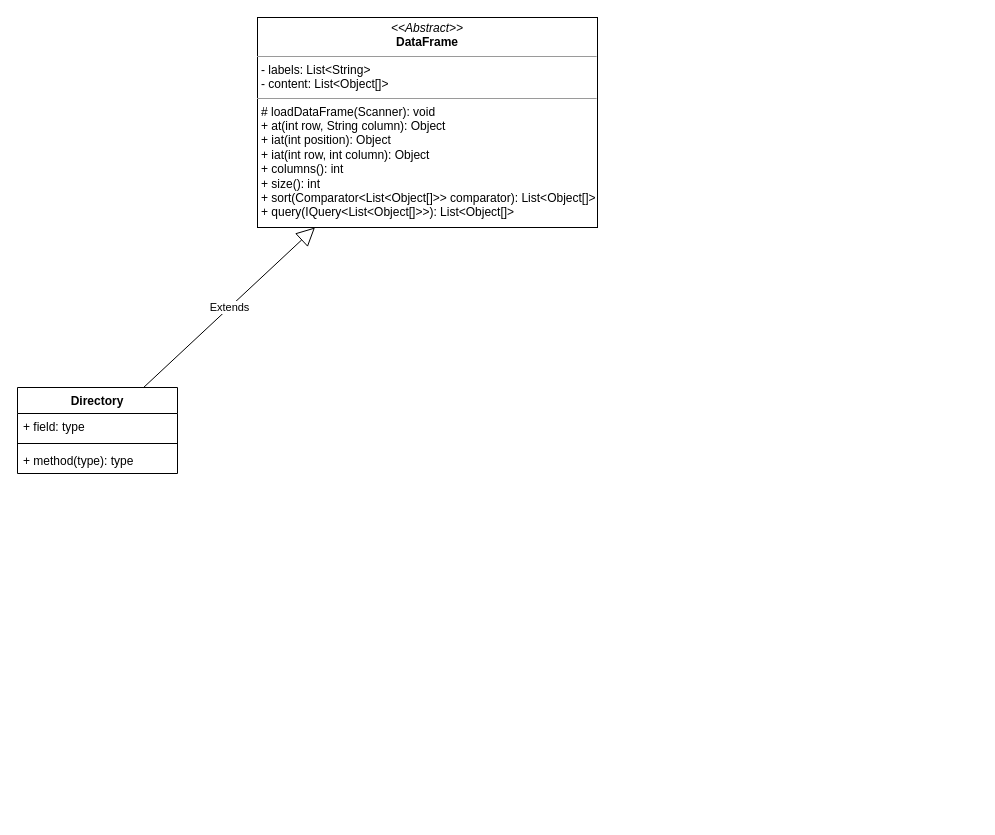
Above: docs/uml/composite.drawio in sorribes22/TAP_DesignPatterns (draw.io), before the change. Source tidied: cells renumbered, new cells numbered last; positions are measured from the earlier drawing's top-left corner, leaving out a move shared by most shapes. Both pictures are drawn from the tidied source at 100%, with x=0, y=0 at pixel (17, 17).
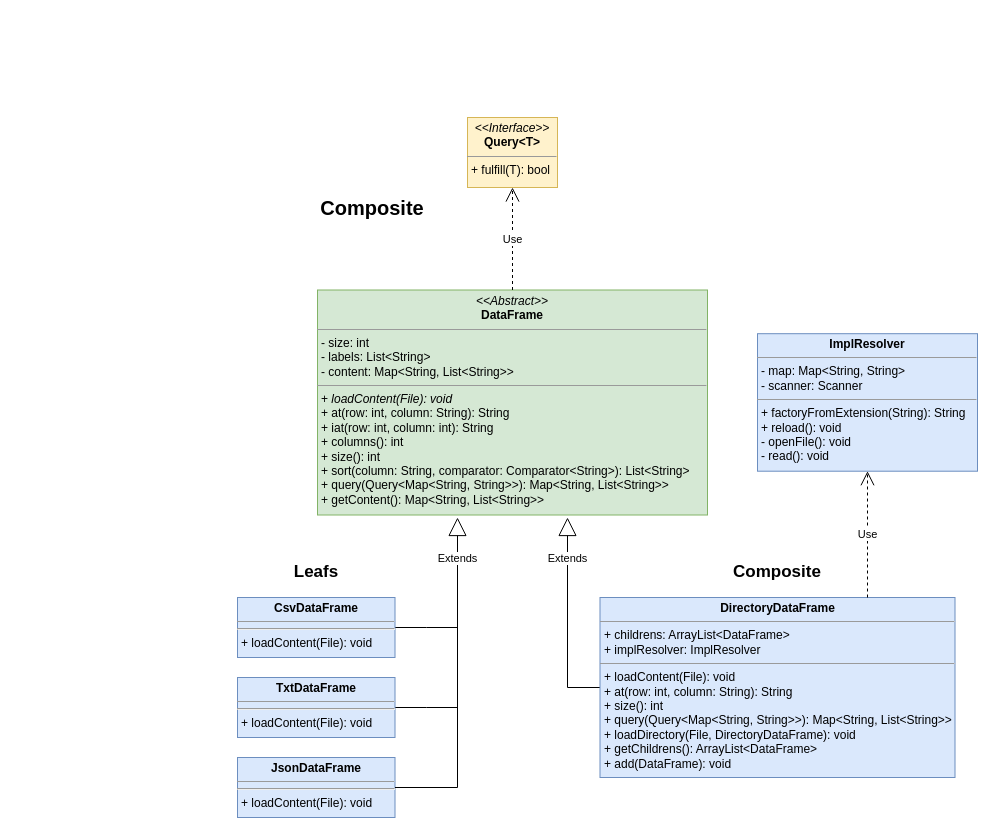
Above is the later version.

What changed in the source:
```diff
@@
-    <mxCell id="2" value="&lt;p style=&quot;margin: 0px ; margin-top: 4px ; text-align: center&quot;&gt;&lt;i&gt;&amp;lt;&amp;lt;Abstract&amp;gt;&amp;gt;&lt;/i&gt;&lt;br&gt;&lt;b&gt;DataFrame&lt;/b&gt;&lt;/p&gt;&lt;hr size=&quot;1&quot;&gt;&lt;p style=&quot;margin: 0px ; margin-left: 4px&quot;&gt;- labels: List&amp;lt;String&amp;gt;&lt;br&gt;- content: List&amp;lt;Object[]&amp;gt;&lt;br&gt;&lt;/p&gt;&lt;hr size=&quot;1&quot;&gt;&lt;p style=&quot;margin: 0px ; margin-left: 4px&quot;&gt;&lt;span&gt;# loadDataFrame(Scanner): void&lt;/span&gt;&lt;br&gt;&lt;/p&gt;&lt;p style=&quot;margin: 0px 0px 0px 4px&quot;&gt;+ at(int row, String column): Object&lt;/p&gt;&lt;p style=&quot;margin: 0px 0px 0px 4px&quot;&gt;+ iat(int position): Object&lt;/p&gt;&lt;p style=&quot;margin: 0px 0px 0px 4px&quot;&gt;+ iat(int row, int column): Object&lt;/p&gt;&lt;p style=&quot;margin: 0px 0px 0px 4px&quot;&gt;+ columns(): int&lt;br&gt;&lt;/p&gt;&lt;p style=&quot;margin: 0px 0px 0px 4px&quot;&gt;+ size(): int&lt;br&gt;&lt;/p&gt;&lt;p style=&quot;margin: 0px 0px 0px 4px&quot;&gt;+ sort(Comparator&amp;lt;List&amp;lt;Object[]&amp;gt;&amp;gt; comparator): List&amp;lt;Object[]&amp;gt;&lt;br&gt;&lt;/p&gt;&lt;p style=&quot;margin: 0px 0px 0px 4px&quot;&gt;+ query(IQuery&amp;lt;List&amp;lt;Object[]&amp;gt;&amp;gt;): List&amp;lt;Object[]&amp;gt;&lt;/p&gt;" style="verticalAlign=top;align=left;overflow=fill;fontSize=12;fontFamily=Helvetica;html=1;" parent="1" vertex="1">
-      <mxGeometry x="240" width="340" height="210" as="geometry" />
-    </mxCell>
-    <mxCell id="3" value="Directory" style="swimlane;fontStyle=1;align=center;verticalAlign=top;horizontal=1;startSize=26;" parent="1" vertex="1">
-      <mxGeometry y="370" width="160" height="86" as="geometry" />
-    </mxCell>
-    <mxCell id="4" value="+ field: type" style="text;strokeColor=none;fillColor=none;align=left;verticalAlign=top;spacingLeft=4;spacingRight=4;overflow=hidden;" parent="3" vertex="1">
-      <mxGeometry y="26" width="160" height="26" as="geometry" />
-    </mxCell>
-    <mxCell id="5" style="line;strokeWidth=1;fillColor=none;align=left;verticalAlign=middle;spacingTop=-1;spacingLeft=3;spacingRight=3;labelPosition=right;" parent="3" vertex="1">
-      <mxGeometry y="52" width="160" height="8" as="geometry" />
-    </mxCell>
-    <mxCell id="6" value="+ method(type): type" style="text;strokeColor=none;fillColor=none;align=left;verticalAlign=top;spacingLeft=4;spacingRight=4;overflow=hidden;" parent="3" vertex="1">
-      <mxGeometry y="60" width="160" height="26" as="geometry" />
-    </mxCell>
-    <mxCell id="7" value="Extends" style="endArrow=block;endSize=16;endFill=0;html=1;rounded=0;" parent="1" edge="1" source="3" target="2">
-      <mxGeometry relative="1" as="geometry" />
-    </mxCell>
+    <mxCell id="8" value="&lt;p style=&quot;margin: 0px ; margin-top: 4px ; text-align: center&quot;&gt;&lt;i&gt;&amp;lt;&amp;lt;Abstract&amp;gt;&amp;gt;&lt;/i&gt;&lt;br&gt;&lt;b&gt;DataFrame&lt;/b&gt;&lt;/p&gt;&lt;hr size=&quot;1&quot;&gt;&lt;p style=&quot;margin: 0px ; margin-left: 4px&quot;&gt;- size: int&lt;/p&gt;&lt;p style=&quot;margin: 0px ; margin-left: 4px&quot;&gt;- labels: List&amp;lt;String&amp;gt;&lt;br&gt;- content: Map&amp;lt;String, List&amp;lt;String&amp;gt;&amp;gt;&lt;/p&gt;&lt;hr size=&quot;1&quot;&gt;&lt;p style=&quot;margin: 0px ; margin-left: 4px&quot;&gt;+&amp;nbsp;&lt;i&gt;loadContent(File): void&lt;/i&gt;&lt;br&gt;+ at(row: int, column: String): String&lt;/p&gt;&lt;p style=&quot;margin: 0px ; margin-left: 4px&quot;&gt;+ iat(row: int, column: int): String&lt;/p&gt;&lt;p style=&quot;margin: 0px ; margin-left: 4px&quot;&gt;+ columns(): int&lt;br&gt;&lt;/p&gt;&lt;p style=&quot;margin: 0px ; margin-left: 4px&quot;&gt;+ size(): int&lt;br&gt;&lt;/p&gt;&lt;p style=&quot;margin: 0px ; margin-left: 4px&quot;&gt;+ sort(column: String, comparator: Comparator&amp;lt;String&amp;gt;): List&amp;lt;String&amp;gt;&lt;br&gt;&lt;/p&gt;&lt;p style=&quot;margin: 0px ; margin-left: 4px&quot;&gt;+ query(Query&amp;lt;Map&amp;lt;String, String&amp;gt;&amp;gt;): Map&amp;lt;String, List&amp;lt;String&amp;gt;&amp;gt;&lt;br&gt;&lt;/p&gt;&lt;p style=&quot;margin: 0px ; margin-left: 4px&quot;&gt;+ getContent():&amp;nbsp;Map&amp;lt;String, List&amp;lt;String&amp;gt;&amp;gt;&lt;/p&gt;" style="verticalAlign=top;align=left;overflow=fill;fontSize=12;fontFamily=Helvetica;html=1;fillColor=#d5e8d4;strokeColor=#82b366;" parent="1" vertex="1">
+      <mxGeometry x="300" y="272.5" width="390" height="225" as="geometry" />
+    </mxCell>
+    <mxCell id="9" style="edgeStyle=orthogonalEdgeStyle;rounded=0;jettySize=auto;html=1;endArrow=none;endFill=0;" parent="1" edge="1" source="10">
+      <mxGeometry relative="1" as="geometry">
+        <mxPoint x="440" y="610" as="targetPoint" />
+      </mxGeometry>
+    </mxCell>
+    <mxCell id="10" value="&lt;p style=&quot;margin: 0px ; margin-top: 4px ; text-align: center&quot;&gt;&lt;b&gt;CsvDataFrame&lt;/b&gt;&lt;/p&gt;&lt;hr size=&quot;1&quot;&gt;&lt;hr&gt;&lt;p style=&quot;margin: 0px ; margin-left: 4px&quot;&gt;+ loadContent(File): void&lt;/p&gt;" style="verticalAlign=top;align=left;overflow=fill;fontSize=12;fontFamily=Helvetica;html=1;fillColor=#dae8fc;strokeColor=#6c8ebf;" parent="1" vertex="1">
+      <mxGeometry x="220" y="580" width="157.5" height="60" as="geometry" />
+    </mxCell>
+    <mxCell id="11" style="edgeStyle=orthogonalEdgeStyle;rounded=0;jettySize=auto;html=1;endArrow=none;endFill=0;" parent="1" edge="1" source="12">
+      <mxGeometry relative="1" as="geometry">
+        <mxPoint x="440" y="690" as="targetPoint" />
+      </mxGeometry>
+    </mxCell>
+    <mxCell id="12" value="&lt;p style=&quot;margin: 0px ; margin-top: 4px ; text-align: center&quot;&gt;&lt;b&gt;TxtDataFrame&lt;/b&gt;&lt;/p&gt;&lt;hr size=&quot;1&quot;&gt;&lt;hr&gt;&lt;p style=&quot;margin: 0px ; margin-left: 4px&quot;&gt;+ loadContent(File): void&lt;/p&gt;" style="verticalAlign=top;align=left;overflow=fill;fontSize=12;fontFamily=Helvetica;html=1;fillColor=#dae8fc;strokeColor=#6c8ebf;" parent="1" vertex="1">
+      <mxGeometry x="220" y="660" width="157.5" height="60" as="geometry" />
+    </mxCell>
+    <mxCell id="13" value="&lt;p style=&quot;margin: 0px ; margin-top: 4px ; text-align: center&quot;&gt;&lt;b&gt;JsonDataFrame&lt;/b&gt;&lt;/p&gt;&lt;hr size=&quot;1&quot;&gt;&lt;hr&gt;&lt;p style=&quot;margin: 0px ; margin-left: 4px&quot;&gt;+ loadContent(File): void&lt;/p&gt;" style="verticalAlign=top;align=left;overflow=fill;fontSize=12;fontFamily=Helvetica;html=1;fillColor=#dae8fc;strokeColor=#6c8ebf;" parent="1" vertex="1">
+      <mxGeometry x="220" y="740" width="157.5" height="60" as="geometry" />
+    </mxCell>
+    <mxCell id="14" value="Extends" style="endArrow=block;endSize=16;endFill=0;html=1;rounded=0;exitX=1;exitY=0.5;exitDx=0;exitDy=0;" parent="1" edge="1" source="13">
+      <mxGeometry x="0.76" relative="1" as="geometry">
+        <mxPoint x="440" y="500" as="targetPoint" />
+        <Array as="points">
+          <mxPoint x="440" y="770" />
+        </Array>
+        <mxPoint y="1" as="offset" />
+      </mxGeometry>
+    </mxCell>
+    <mxCell id="15" value="Use" style="endArrow=open;endSize=12;dashed=1;html=1;rounded=0;" parent="1" edge="1" source="8" target="17">
+      <mxGeometry relative="1" as="geometry" />
+    </mxCell>
+    <mxCell id="16" value="&lt;b&gt;&lt;font style=&quot;font-size: 20px&quot;&gt;Composite&lt;/font&gt;&lt;/b&gt;" style="text;html=1;strokeColor=none;fillColor=none;align=center;verticalAlign=middle;whiteSpace=wrap;rounded=0;" parent="1" vertex="1">
+      <mxGeometry x="300" y="170" width="110" height="40" as="geometry" />
+    </mxCell>
+    <mxCell id="17" value="&lt;p style=&quot;margin: 0px ; margin-top: 4px ; text-align: center&quot;&gt;&lt;i&gt;&amp;lt;&amp;lt;Interface&amp;gt;&amp;gt;&lt;/i&gt;&lt;br&gt;&lt;b&gt;Query&amp;lt;T&amp;gt;&lt;/b&gt;&lt;/p&gt;&lt;hr size=&quot;1&quot;&gt;&lt;p style=&quot;margin: 0px ; margin-left: 4px&quot;&gt;+ fulfill(T): bool&lt;/p&gt;" style="verticalAlign=top;align=left;overflow=fill;fontSize=12;fontFamily=Helvetica;html=1;fillColor=#fff2cc;strokeColor=#d6b656;" parent="1" vertex="1">
+      <mxGeometry x="450" y="100" width="90" height="70" as="geometry" />
+    </mxCell>
+    <mxCell id="18" value="Extends" style="endArrow=block;endSize=16;endFill=0;html=1;rounded=0;exitX=0;exitY=0.5;exitDx=0;exitDy=0;" parent="1" edge="1" source="19">
+      <mxGeometry x="0.6" relative="1" as="geometry">
+        <mxPoint x="550" y="500" as="targetPoint" />
+        <Array as="points">
+          <mxPoint x="550" y="670" />
+        </Array>
+      </mxGeometry>
+    </mxCell>
+    <mxCell id="19" value="&lt;p style=&quot;margin: 0px ; margin-top: 4px ; text-align: center&quot;&gt;&lt;b&gt;DirectoryDataFrame&lt;/b&gt;&lt;/p&gt;&lt;hr size=&quot;1&quot;&gt;&lt;p style=&quot;margin: 0px ; margin-left: 4px&quot;&gt;+ childrens: ArrayList&amp;lt;DataFrame&amp;gt;&lt;/p&gt;&lt;p style=&quot;margin: 0px ; margin-left: 4px&quot;&gt;+ implResolver: ImplResolver&lt;/p&gt;&lt;hr size=&quot;1&quot;&gt;&lt;p style=&quot;margin: 0px ; margin-left: 4px&quot;&gt;+ loadContent(File): void&lt;/p&gt;&lt;p style=&quot;margin: 0px 0px 0px 4px&quot;&gt;+ at(row: int, column: String): String&lt;/p&gt;&lt;p style=&quot;margin: 0px ; margin-left: 4px&quot;&gt;+ size(): int&lt;/p&gt;&lt;p style=&quot;margin: 0px 0px 0px 4px&quot;&gt;+ query(Query&amp;lt;Map&amp;lt;String, String&amp;gt;&amp;gt;): Map&amp;lt;String, List&amp;lt;String&amp;gt;&amp;gt;&lt;br&gt;&lt;/p&gt;&lt;p style=&quot;margin: 0px ; margin-left: 4px&quot;&gt;&lt;span&gt;+ loadDirectory(File, DirectoryDataFrame): void&lt;/span&gt;&lt;br&gt;&lt;/p&gt;&lt;p style=&quot;margin: 0px ; margin-left: 4px&quot;&gt;+ getChildrens(): ArrayList&amp;lt;DataFrame&amp;gt;&lt;/p&gt;&lt;p style=&quot;margin: 0px ; margin-left: 4px&quot;&gt;+ add(DataFrame): void&lt;/p&gt;" style="verticalAlign=top;align=left;overflow=fill;fontSize=12;fontFamily=Helvetica;html=1;fillColor=#dae8fc;strokeColor=#6c8ebf;" parent="1" vertex="1">
+      <mxGeometry x="582.5" y="580" width="355" height="180" as="geometry" />
+    </mxCell>
+    <mxCell id="20" value="Leafs" style="text;html=1;strokeColor=none;fillColor=none;align=center;verticalAlign=middle;whiteSpace=wrap;rounded=0;fontStyle=1;fontSize=17;" parent="1" vertex="1">
+      <mxGeometry x="268.8" y="540" width="60" height="30" as="geometry" />
+    </mxCell>
+    <mxCell id="21" value="Composite" style="text;html=1;strokeColor=none;fillColor=none;align=center;verticalAlign=middle;whiteSpace=wrap;rounded=0;fontStyle=1;fontSize=17;" parent="1" vertex="1">
+      <mxGeometry x="715" y="540" width="90" height="30" as="geometry" />
+    </mxCell>
+    <mxCell id="22" value="&lt;p style=&quot;margin: 0px ; margin-top: 4px ; text-align: center&quot;&gt;&lt;b&gt;ImplResolver&lt;/b&gt;&lt;/p&gt;&lt;hr size=&quot;1&quot;&gt;&lt;p style=&quot;margin: 0px ; margin-left: 4px&quot;&gt;- map: Map&amp;lt;String, String&amp;gt;&lt;/p&gt;&lt;p style=&quot;margin: 0px ; margin-left: 4px&quot;&gt;- scanner: Scanner&lt;/p&gt;&lt;hr size=&quot;1&quot;&gt;&lt;p style=&quot;margin: 0px ; margin-left: 4px&quot;&gt;+ factoryFromExtension(String): String&lt;/p&gt;&lt;p style=&quot;margin: 0px ; margin-left: 4px&quot;&gt;+ reload(): void&lt;/p&gt;&lt;p style=&quot;margin: 0px ; margin-left: 4px&quot;&gt;- openFile(): void&lt;/p&gt;&lt;p style=&quot;margin: 0px ; margin-left: 4px&quot;&gt;- read(): void&lt;/p&gt;" style="verticalAlign=top;align=left;overflow=fill;fontSize=12;fontFamily=Helvetica;html=1;fillColor=#dae8fc;strokeColor=#6c8ebf;" parent="1" vertex="1">
+      <mxGeometry x="740" y="316.2" width="220" height="137.5" as="geometry" />
+    </mxCell>
+    <mxCell id="23" value="Use" style="endArrow=open;endSize=12;dashed=1;html=1;rounded=0;fontSize=11;" parent="1" edge="1" target="22">
+      <mxGeometry relative="1" as="geometry">
+        <mxPoint x="850" y="580" as="sourcePoint" />
+      </mxGeometry>
+    </mxCell>
```
